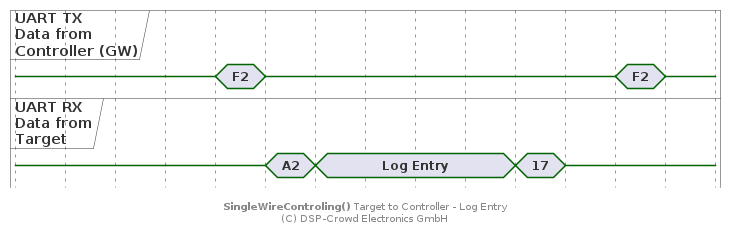
Above: doc/system/protocol/A2_swt-target-to-ctrl_log.png in NoOrientationProgramming/code-orb (PlantUML), before the change. Source of this version:
```plantuml
@startuml

hide time-axis

concise "UART TX\nData from\nController (GW)" as ctrl
concise "UART RX\nData from\nTarget" as tar

@0
ctrl is {-}
tar is {-}

@+60
ctrl is {-}
tar is {-}

@+20
ctrl is "F2"

@+20
ctrl is {-}
tar is "A2"

@+20
tar is "Log Entry"

@+80
tar is "17"

@+20
tar is {-}

@+20
ctrl is "F2"

@+20
ctrl is {-}

footer **SingleWireControling()** Target to Controller - Log Entry\n(C) DSP-Crowd Electronics GmbH

@enduml
```
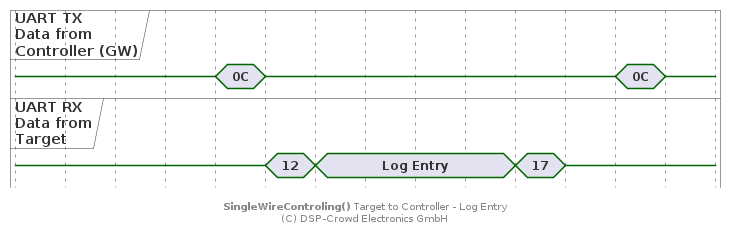
Above is the later version.

What changed in the source:
```diff
@@ -14,11 +14,11 @@
 tar is {-}
 
 @+20
-ctrl is "F2"
+ctrl is "0C"
 
 @+20
 ctrl is {-}
-tar is "A2"
+tar is "12"
 
 @+20
 tar is "Log Entry"
@@ -30,7 +30,7 @@
 tar is {-}
 
 @+20
-ctrl is "F2"
+ctrl is "0C"
 
 @+20
 ctrl is {-}
```
